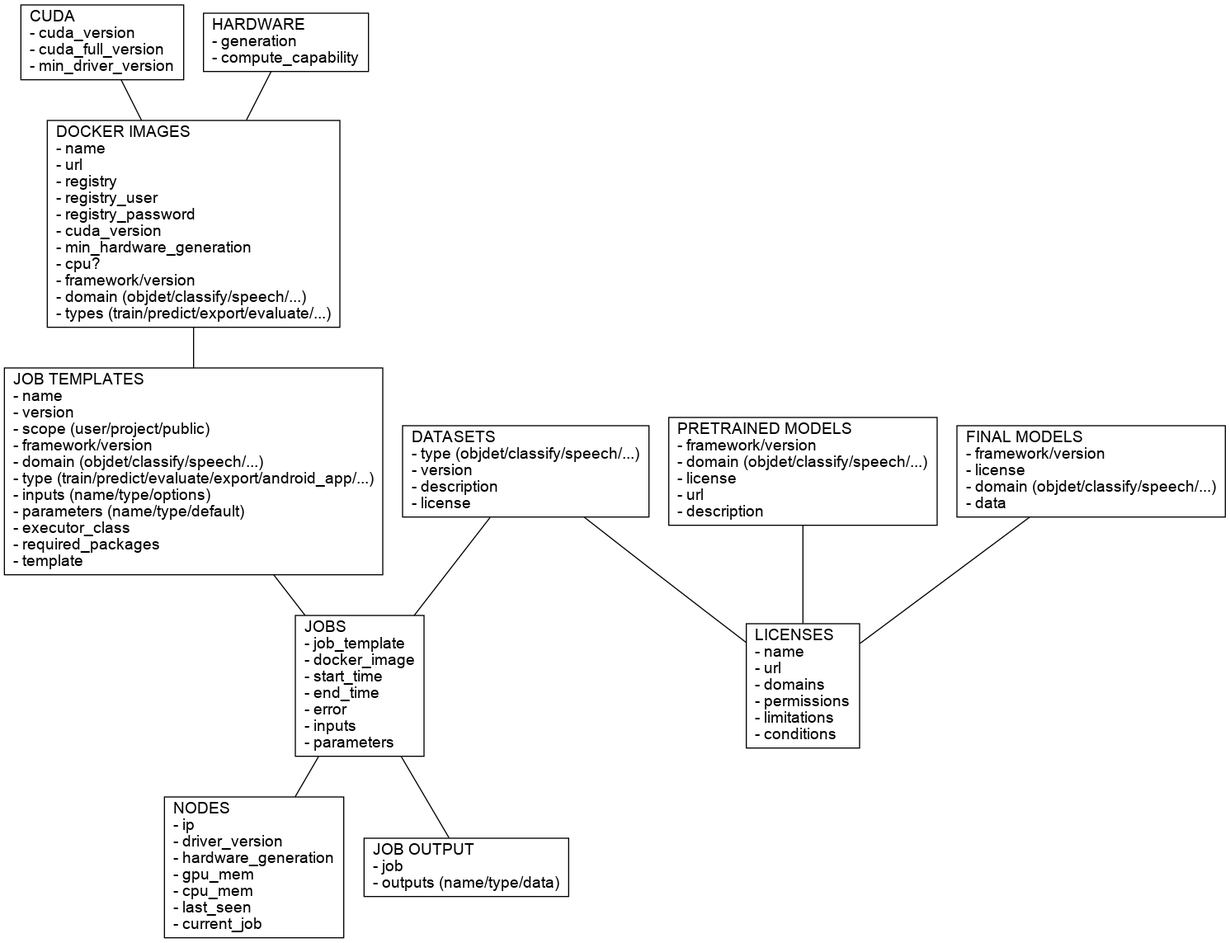
Earlier version of the Graphviz export docs/img/api.png (waikato-ufdl/ufdl-api). Its source is kept beside it as docs/img/api.dot.
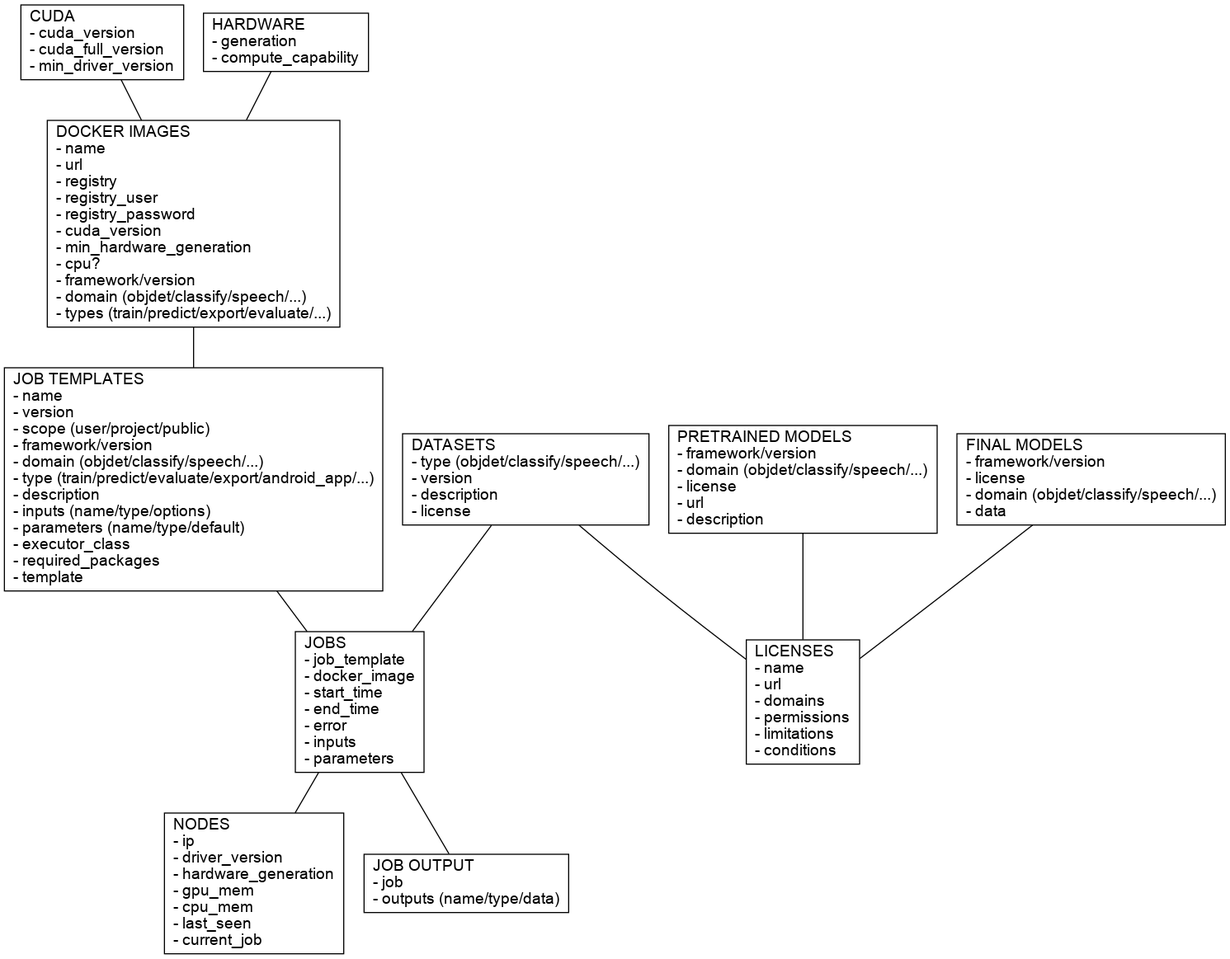
The same file after the commit.

Commit message:
added 'description' to job templates

Change to the diagram source:
```diff
@@ -10,7 +10,7 @@
   final_models [label = "FINAL MODELS\l- framework/version\l- license\l- domain (objdet/classify/speech/...)\l- data\l"];
   nodes [label = "NODES\l- ip\l- driver_version\l- hardware_generation\l- gpu_mem\l- cpu_mem\l- last_seen\l- current_job\l"];
   jobs [label = "JOBS\l- job_template\l- docker_image\l- start_time\l- end_time\l- error\l- inputs\l- parameters\l"];
-  job_templates [label = "JOB TEMPLATES\l- name\l- version\l- scope (user/project/public)\l- framework/version\l- domain (objdet/classify/speech/...)\l- type (train/predict/evaluate/export/android_app/...)\l- inputs (name/type/options)\l- parameters (name/type/default)\l- executor_class\l- required_packages\l- template\l"];
+  job_templates [label = "JOB TEMPLATES\l- name\l- version\l- scope (user/project/public)\l- framework/version\l- domain (objdet/classify/speech/...)\l- type (train/predict/evaluate/export/android_app/...)\l- description\l- inputs (name/type/options)\l- parameters (name/type/default)\l- executor_class\l- required_packages\l- template\l"];
   job_output [label = "JOB OUTPUT\l- job\l- outputs (name/type/data)\l"];
   docker_images [label = "DOCKER IMAGES\l- name\l- url\l- registry\l- registry_user\l- registry_password\l- cuda_version\l- min_hardware_generation\l- cpu?\l- framework/version\l- domain (objdet/classify/speech/...)\l- types (train/predict/export/evaluate/...)"];
 
```
